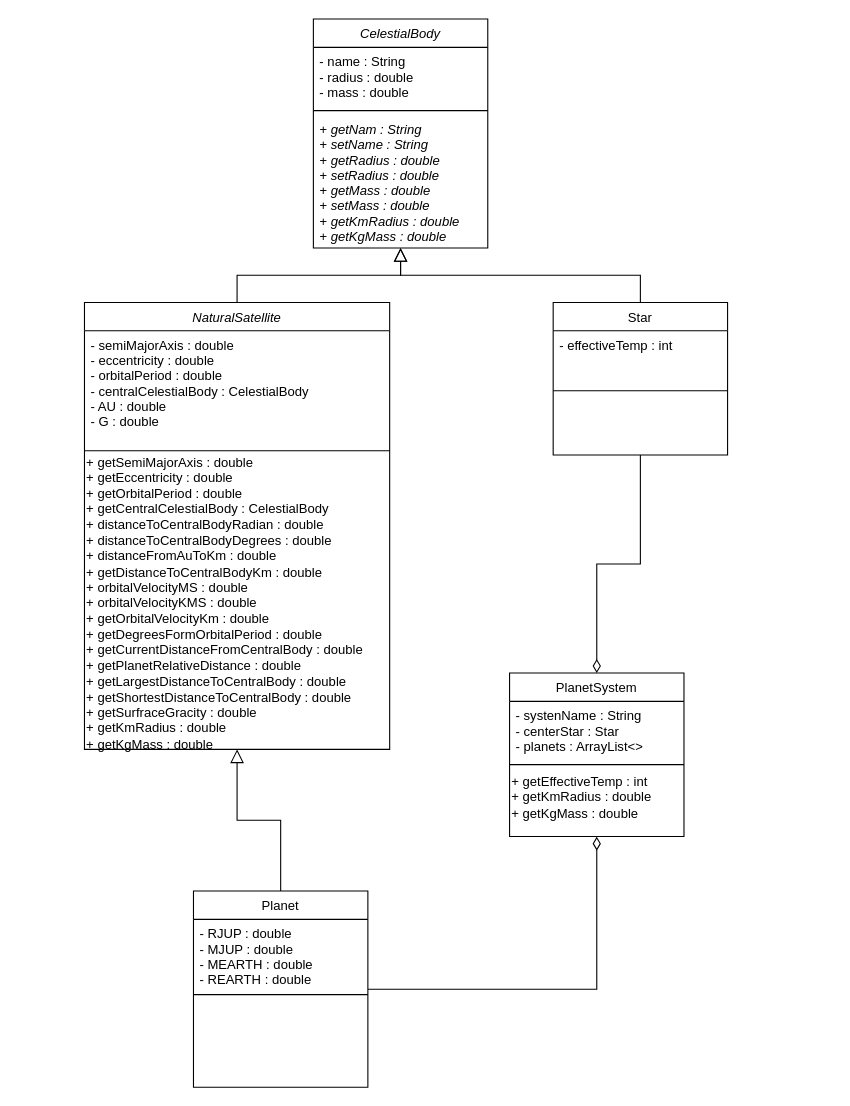
The draw.io diagram Prosjektfiler/09 - Andre temaer/Untitled Diagram.drawio in eriktja/DigiFab, before the edit. Source tidied: cells renumbered, new cells numbered last; positions are measured from the earlier drawing's top-left corner, leaving out a move shared by most shapes. Both pictures are drawn from the tidied source at 109%, with x=0, y=0 at pixel (84, 19).
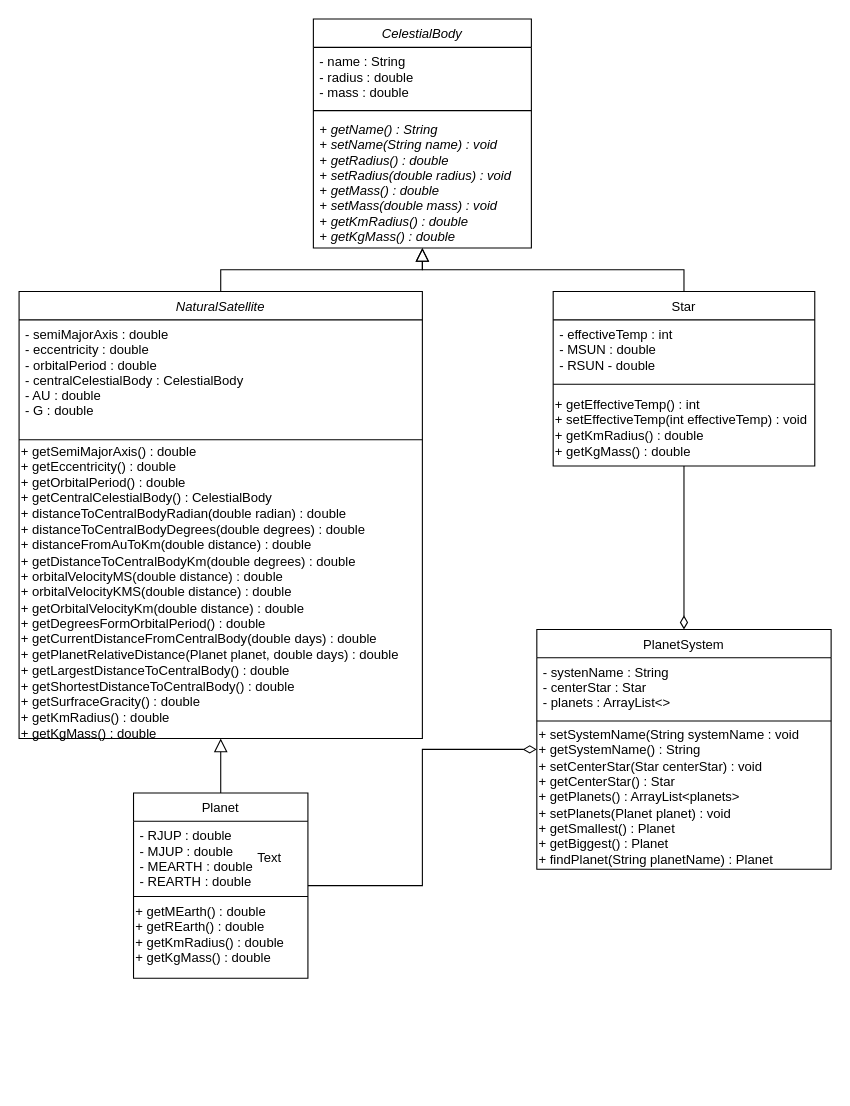
Above is the later version.

Diff of the diagram source:
```diff
@@
     <mxCell id="2" value="CelestialBody" style="swimlane;fontStyle=2;align=center;verticalAlign=top;horizontal=1;startSize=26;rounded=0;shadow=0;strokeWidth=1;" parent="1" vertex="1">
-      <mxGeometry x="210" width="160" height="210" as="geometry" />
+      <mxGeometry x="210" width="200" height="210" as="geometry" />
     </mxCell>
     <mxCell id="3" value="- name : String&#10;- radius : double&#10;- mass : double" style="text;align=left;verticalAlign=top;spacingLeft=4;spacingRight=4;overflow=hidden;" parent="2" vertex="1">
-      <mxGeometry y="26" width="160" height="54" as="geometry" />
+      <mxGeometry y="26" width="200" height="54" as="geometry" />
     </mxCell>
     <mxCell id="4" style="line;html=1;strokeWidth=1;align=left;verticalAlign=middle;spacingTop=-1;spacingLeft=3;spacingRight=3;labelPosition=right;" parent="2" vertex="1">
-      <mxGeometry y="80" width="160" height="8" as="geometry" />
+      <mxGeometry y="80" width="200" height="8" as="geometry" />
     </mxCell>
-    <mxCell id="5" value="+ getNam : String&#10;+ setName : String&#10;+ getRadius : double&#10;+ setRadius : double&#10;+ getMass : double &#10;+ setMass : double&#10;+ getKmRadius : double&#10;+ getKgMass : double" style="text;align=left;verticalAlign=top;spacingLeft=4;spacingRight=4;overflow=hidden;fontStyle=2;" parent="2" vertex="1">
-      <mxGeometry y="88" width="160" height="122" as="geometry" />
+    <mxCell id="5" value="+ getName() : String&#10;+ setName(String name) : void&#10;+ getRadius() : double&#10;+ setRadius(double radius) : void&#10;+ getMass() : double &#10;+ setMass(double mass) : void&#10;+ getKmRadius() : double&#10;+ getKgMass() : double" style="text;align=left;verticalAlign=top;spacingLeft=4;spacingRight=4;overflow=hidden;fontStyle=2;" parent="2" vertex="1">
+      <mxGeometry y="88" width="200" height="122" as="geometry" />
     </mxCell>
     <mxCell id="6" value="NaturalSatellite" style="swimlane;fontStyle=2;align=center;verticalAlign=top;horizontal=1;startSize=26;rounded=0;shadow=0;strokeWidth=1;" parent="1" vertex="1">
-      <mxGeometry y="260" width="280" height="410" as="geometry" />
+      <mxGeometry x="-60" y="250" width="370" height="410" as="geometry" />
     </mxCell>
     <mxCell id="7" value="- semiMajorAxis : double&#10;- eccentricity : double&#10;- orbitalPeriod : double&#10;- centralCelestialBody : CelestialBody&#10;- AU : double&#10;- G : double" style="text;align=left;verticalAlign=top;spacingLeft=4;spacingRight=4;overflow=hidden;" parent="6" vertex="1">
-      <mxGeometry y="26" width="280" height="104" as="geometry" />
+      <mxGeometry y="26" width="370" height="104" as="geometry" />
     </mxCell>
     <mxCell id="8" style="line;html=1;strokeWidth=1;align=left;verticalAlign=middle;spacingTop=-1;spacingLeft=3;spacingRight=3;labelPosition=right;" parent="6" vertex="1">
-      <mxGeometry y="130" width="280" height="12" as="geometry" />
+      <mxGeometry y="130" width="370" height="12" as="geometry" />
     </mxCell>
-    <mxCell id="9" value="&lt;span&gt;+ getSemiMajorAxis : double&lt;br&gt;&lt;/span&gt;+ getEccentricity : double&lt;br&gt;+ getOrbitalPeriod : double&lt;br&gt;+ getCentralCelestialBody : CelestialBody&lt;br&gt;+ distanceToCentralBodyRadian : double&lt;br&gt;+ distanceToCentralBodyDegrees : double&lt;br&gt;+ distanceFromAuToKm : double&lt;br&gt;+ getDistanceToCentralBodyKm : double&lt;br&gt;+ orbitalVelocityMS : double&lt;br&gt;+ orbitalVelocityKMS : double&lt;br&gt;+ getOrbitalVelocityKm : double&lt;br&gt;+ getDegreesFormOrbitalPeriod : double&lt;br&gt;+ getCurrentDistanceFromCentralBody : double&lt;br&gt;+ getPlanetRelativeDistance : double&lt;br&gt;+ getLargestDistanceToCentralBody : double&lt;br&gt;+ getShortestDistanceToCentralBody : double&lt;br&gt;+ getSurfraceGracity : double&lt;br&gt;+ getKmRadius : double&lt;br&gt;+ getKgMass : double" style="text;html=1;strokeColor=none;fillColor=none;align=left;verticalAlign=middle;whiteSpace=wrap;rounded=0;" parent="6" vertex="1">
-      <mxGeometry y="142" width="280" height="268" as="geometry" />
+    <mxCell id="9" value="&lt;span&gt;+ getSemiMajorAxis() : double&lt;br&gt;&lt;/span&gt;+ getEccentricity() : double&lt;br&gt;+ getOrbitalPeriod() : double&lt;br&gt;+ getCentralCelestialBody() : CelestialBody&lt;br&gt;+ distanceToCentralBodyRadian(double radian) : double&lt;br&gt;+ distanceToCentralBodyDegrees(double degrees) : double&lt;br&gt;+ distanceFromAuToKm(double distance) : double&lt;br&gt;+ getDistanceToCentralBodyKm(double degrees) : double&lt;br&gt;+ orbitalVelocityMS(double distance) : double&lt;br&gt;+ orbitalVelocityKMS(double distance) : double&lt;br&gt;+ getOrbitalVelocityKm(double distance) : double&lt;br&gt;+ getDegreesFormOrbitalPeriod() : double&lt;br&gt;+ getCurrentDistanceFromCentralBody(double days) : double&lt;br&gt;+ getPlanetRelativeDistance(Planet planet, double days) : double&lt;br&gt;+ getLargestDistanceToCentralBody() : double&lt;br&gt;+ getShortestDistanceToCentralBody() : double&lt;br&gt;+ getSurfraceGracity() : double&lt;br&gt;+ getKmRadius() : double&lt;br&gt;+ getKgMass() : double" style="text;html=1;strokeColor=none;fillColor=none;align=left;verticalAlign=middle;whiteSpace=wrap;rounded=0;" parent="6" vertex="1">
+      <mxGeometry y="142" width="370" height="268" as="geometry" />
     </mxCell>
@@
     <mxCell id="12" value="Star&#10;" style="swimlane;fontStyle=0;align=center;verticalAlign=top;horizontal=1;startSize=26;rounded=0;shadow=0;strokeWidth=1;" parent="1" vertex="1">
-      <mxGeometry x="430" y="260" width="160" height="140" as="geometry" />
+      <mxGeometry x="430" y="250" width="240" height="160" as="geometry" />
     </mxCell>
-    <mxCell id="13" value="- effectiveTemp : int" style="text;align=left;verticalAlign=top;spacingLeft=4;spacingRight=4;overflow=hidden;" parent="12" vertex="1">
-      <mxGeometry y="26" width="160" height="26" as="geometry" />
+    <mxCell id="13" value="- effectiveTemp : int&#10;- MSUN : double&#10;- RSUN - double" style="text;align=left;verticalAlign=top;spacingLeft=4;spacingRight=4;overflow=hidden;" parent="12" vertex="1">
+      <mxGeometry y="26" width="240" height="54" as="geometry" />
     </mxCell>
     <mxCell id="14" style="line;html=1;strokeWidth=1;align=left;verticalAlign=middle;spacingTop=-1;spacingLeft=3;spacingRight=3;labelPosition=right;" parent="12" vertex="1">
-      <mxGeometry y="52" width="160" height="58" as="geometry" />
+      <mxGeometry y="80" width="240" height="10" as="geometry" />
     </mxCell>
+    <mxCell id="25" value="+ getEffectiveTemp() : int&lt;br&gt;+ setEffectiveTemp(int effectiveTemp) : void&lt;br&gt;+ getKmRadius() : double&lt;br&gt;+ getKgMass() : double" style="text;html=1;strokeColor=none;fillColor=none;align=left;verticalAlign=middle;whiteSpace=wrap;rounded=0;" parent="12" vertex="1">
+      <mxGeometry y="90" width="240" height="70" as="geometry" />
+    </mxCell>
@@
     <mxCell id="16" value="PlanetSystem" style="swimlane;fontStyle=0;align=center;verticalAlign=top;horizontal=1;startSize=26;rounded=0;shadow=0;strokeWidth=1;" parent="1" vertex="1">
-      <mxGeometry x="390" y="600" width="160" height="150" as="geometry" />
+      <mxGeometry x="415" y="560" width="270" height="220" as="geometry" />
     </mxCell>
     <mxCell id="17" value="- systenName : String&#10;- centerStar : Star&#10;- planets : ArrayList&lt;&gt;" style="text;align=left;verticalAlign=top;spacingLeft=4;spacingRight=4;overflow=hidden;" parent="16" vertex="1">
-      <mxGeometry y="26" width="160" height="54" as="geometry" />
+      <mxGeometry y="26" width="270" height="54" as="geometry" />
     </mxCell>
     <mxCell id="18" style="line;html=1;strokeWidth=1;align=left;verticalAlign=middle;spacingTop=-1;spacingLeft=3;spacingRight=3;labelPosition=right;" parent="16" vertex="1">
-      <mxGeometry y="80" width="160" height="8" as="geometry" />
+      <mxGeometry y="80" width="270" height="8" as="geometry" />
     </mxCell>
-    <mxCell id="19" value="+ getEffectiveTemp : int&lt;br&gt;+ getKmRadius : double&lt;br&gt;+ getKgMass : double" style="text;html=1;strokeColor=none;fillColor=none;align=left;verticalAlign=middle;whiteSpace=wrap;rounded=0;" parent="16" vertex="1">
-      <mxGeometry y="88" width="160" height="52" as="geometry" />
+    <mxCell id="19" value="+ setSystemName(String systemName : void&lt;br&gt;+ getSystemName() : String&lt;br&gt;+ setCenterStar(Star centerStar) : void&lt;br&gt;+ getCenterStar() : Star&lt;br&gt;+ getPlanets() : ArrayList&amp;lt;planets&amp;gt;&lt;br&gt;+ setPlanets(Planet planet) : void&lt;br&gt;+ getSmallest() : Planet&lt;br&gt;+ getBiggest() : Planet&lt;br&gt;+ findPlanet(String planetName) : Planet" style="text;html=1;strokeColor=none;fillColor=none;align=left;verticalAlign=middle;whiteSpace=wrap;rounded=0;" parent="16" vertex="1">
+      <mxGeometry y="88" width="270" height="132" as="geometry" />
     </mxCell>
@@
     <mxCell id="22" value="Planet" style="swimlane;fontStyle=0;align=center;verticalAlign=top;horizontal=1;startSize=26;rounded=0;shadow=0;strokeWidth=1;" parent="1" vertex="1">
-      <mxGeometry x="100" y="800" width="160" height="180" as="geometry" />
+      <mxGeometry x="45" y="710" width="160" height="170" as="geometry" />
     </mxCell>
@@
+    <mxCell id="26" value="+ getMEarth() : double&lt;br&gt;+ getREarth() : double&lt;br&gt;+ getKmRadius() : double&lt;br&gt;+ getKgMass() : double" style="text;html=1;strokeColor=none;fillColor=none;align=left;verticalAlign=middle;whiteSpace=wrap;rounded=0;" parent="22" vertex="1">
+      <mxGeometry y="100" width="160" height="60" as="geometry" />
+    </mxCell>
+    <mxCell id="27" value="Text" style="text;html=1;strokeColor=none;fillColor=none;align=center;verticalAlign=middle;whiteSpace=wrap;rounded=0;" parent="1" vertex="1">
+      <mxGeometry x="150" y="760" width="40" height="20" as="geometry" />
+    </mxCell>
```
